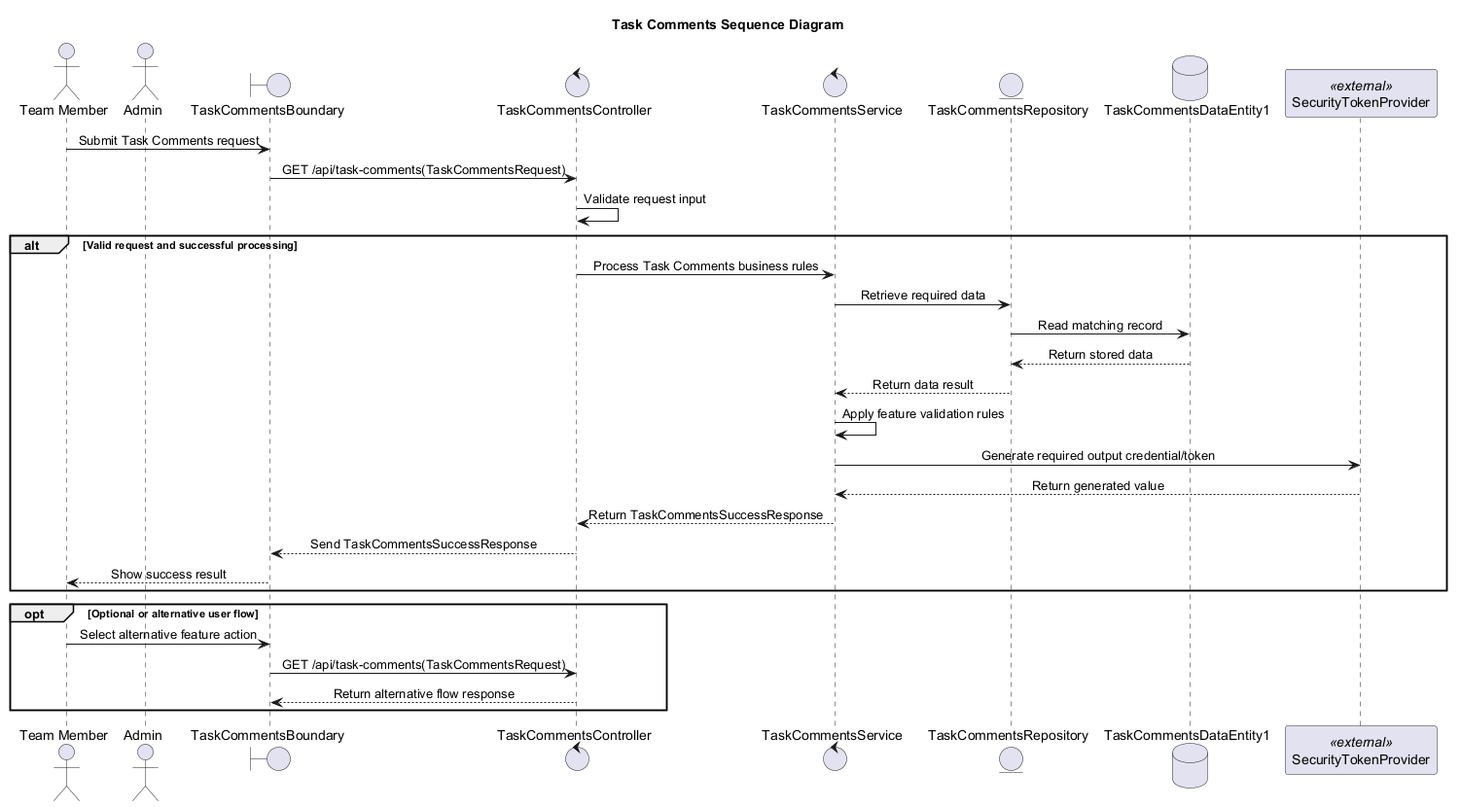
Above: services/agentic_service/outputs/taskflow/feature-task-comments/03_architecture/task_comments_sequence_v1.png in Dulneth210229/Auto-Forge-MAS (PlantUML), before the change. The source it was exported from:
```plantuml
@startuml
skinparam shadowing false
skinparam sequenceMessageAlign center

title Task Comments Sequence Diagram

actor "Team Member" as ACTOR_001
actor "Admin" as ACTOR_002
boundary "TaskCommentsBoundary" as BOUNDARY_001
control "TaskCommentsController" as CONTROL_001
control "TaskCommentsService" as CONTROL_002
entity "TaskCommentsRepository" as ENTITY_001
database "TaskCommentsDataEntity1" as DATABASE_001
participant "SecurityTokenProvider" as EXTERNAL_001 <<external>>

ACTOR_001 -> BOUNDARY_001: Submit Task Comments request
BOUNDARY_001 -> CONTROL_001: GET /api/task-comments(TaskCommentsRequest)
CONTROL_001 -> CONTROL_001: Validate request input
alt Valid request and successful processing
CONTROL_001 -> CONTROL_002: Process Task Comments business rules
CONTROL_002 -> ENTITY_001: Retrieve required data
ENTITY_001 -> DATABASE_001: Read matching record
DATABASE_001 --> ENTITY_001: Return stored data
ENTITY_001 --> CONTROL_002: Return data result
CONTROL_002 -> CONTROL_002: Apply feature validation rules
CONTROL_002 -> EXTERNAL_001: Generate required output credential/token
EXTERNAL_001 --> CONTROL_002: Return generated value
CONTROL_002 --> CONTROL_001: Return TaskCommentsSuccessResponse
CONTROL_001 --> BOUNDARY_001: Send TaskCommentsSuccessResponse
BOUNDARY_001 --> ACTOR_001: Show success result
end
opt Optional or alternative user flow
ACTOR_001 -> BOUNDARY_001: Select alternative feature action
BOUNDARY_001 -> CONTROL_001: GET /api/task-comments(TaskCommentsRequest)
CONTROL_001 --> BOUNDARY_001: Return alternative flow response
end

@enduml
```
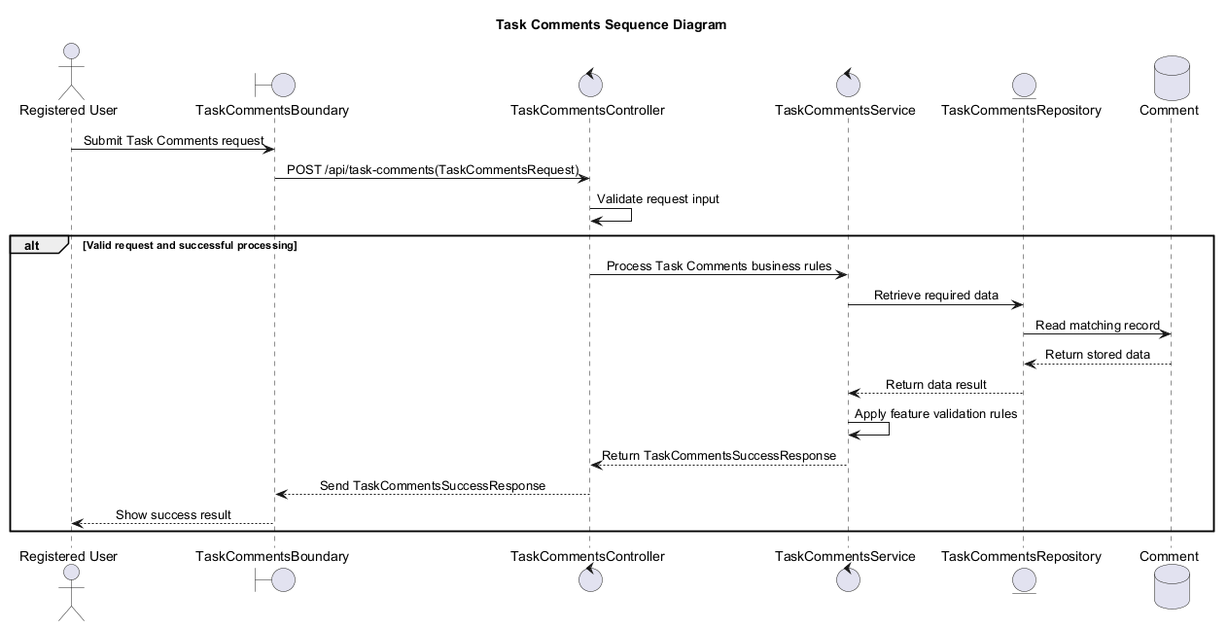
The same diagram one commit later.

Diff of the diagram source:
```diff
@@ -4,17 +4,15 @@
 
 title Task Comments Sequence Diagram
 
-actor "Team Member" as ACTOR_001
-actor "Admin" as ACTOR_002
+actor "Registered User" as ACTOR_001
 boundary "TaskCommentsBoundary" as BOUNDARY_001
 control "TaskCommentsController" as CONTROL_001
 control "TaskCommentsService" as CONTROL_002
 entity "TaskCommentsRepository" as ENTITY_001
-database "TaskCommentsDataEntity1" as DATABASE_001
-participant "SecurityTokenProvider" as EXTERNAL_001 <<external>>
+database "Comment" as DATABASE_001
 
 ACTOR_001 -> BOUNDARY_001: Submit Task Comments request
-BOUNDARY_001 -> CONTROL_001: GET /api/task-comments(TaskCommentsRequest)
+BOUNDARY_001 -> CONTROL_001: POST /api/task-comments(TaskCommentsRequest)
 CONTROL_001 -> CONTROL_001: Validate request input
 alt Valid request and successful processing
 CONTROL_001 -> CONTROL_002: Process Task Comments business rules
@@ -23,16 +21,9 @@
 DATABASE_001 --> ENTITY_001: Return stored data
 ENTITY_001 --> CONTROL_002: Return data result
 CONTROL_002 -> CONTROL_002: Apply feature validation rules
-CONTROL_002 -> EXTERNAL_001: Generate required output credential/token
-EXTERNAL_001 --> CONTROL_002: Return generated value
 CONTROL_002 --> CONTROL_001: Return TaskCommentsSuccessResponse
 CONTROL_001 --> BOUNDARY_001: Send TaskCommentsSuccessResponse
 BOUNDARY_001 --> ACTOR_001: Show success result
 end
-opt Optional or alternative user flow
-ACTOR_001 -> BOUNDARY_001: Select alternative feature action
-BOUNDARY_001 -> CONTROL_001: GET /api/task-comments(TaskCommentsRequest)
-CONTROL_001 --> BOUNDARY_001: Return alternative flow response
-end
 
 @enduml
```
